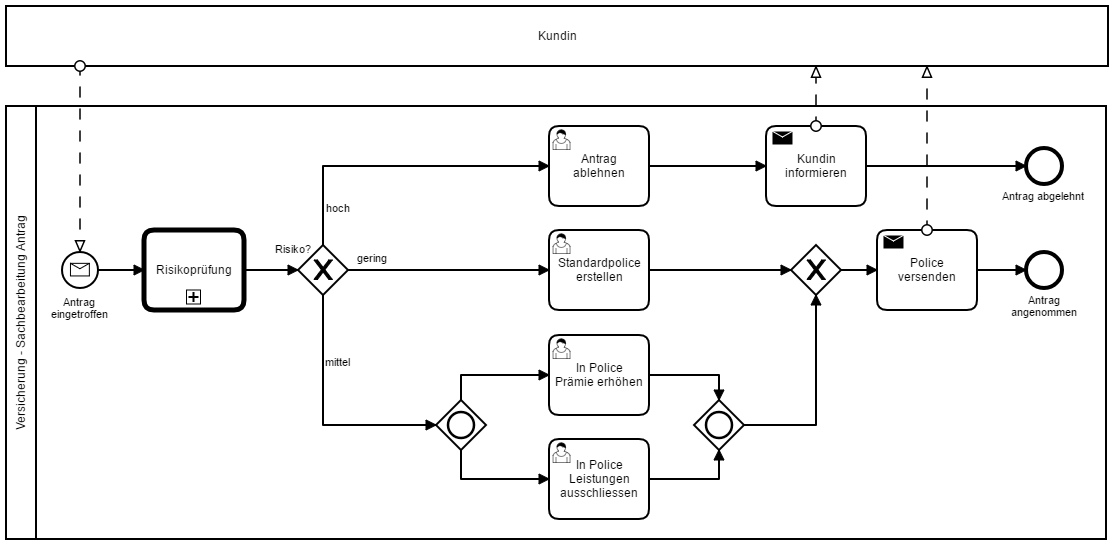
fhnw-bpm/bpm-dmn-example keeps this BPMN diagram as modelling/insurance-dmn-example-as-is.png. Above is the earlier version. Its source is kept beside it as modelling/insurance-dmn-example-as-is.bpmn. Ids are renumbered. The source it was exported from:
```xml
<bpmn:definitions xmlns:bpmn="http://www.omg.org/spec/BPMN/20100524/MODEL" xmlns:bpmndi="http://www.omg.org/spec/BPMN/20100524/DI" xmlns:di="http://www.omg.org/spec/DD/20100524/DI" xmlns:dc="http://www.omg.org/spec/DD/20100524/DC" xmlns:xsi="http://www.w3.org/2001/XMLSchema-instance" id="Definitions_1" targetNamespace="http://bpmn.io/schema/bpmn" exporter="Camunda Modeler" exporterVersion="1.11.3">
  <bpmn:collaboration id="Collaboration_n1">
    <bpmn:participant id="Participant_n2" name="Versicherung - Sachbearbeitung Antrag" processRef="Process_1" />
    <bpmn:participant id="Participant_n3" name="Kundin" />
    <bpmn:messageFlow id="MessageFlow_n4" sourceRef="Task_n5" targetRef="Participant_n3" />
    <bpmn:messageFlow id="MessageFlow_n6" sourceRef="Task_n7" targetRef="Participant_n3" />
    <bpmn:messageFlow id="MessageFlow_n8" sourceRef="Participant_n3" targetRef="StartEvent_1" />
  </bpmn:collaboration>
  <bpmn:process id="Process_1" isExecutable="true">
    <bpmn:startEvent id="StartEvent_1" name="Antrag eingetroffen">
      <bpmn:outgoing>SequenceFlow_n9</bpmn:outgoing>
      <bpmn:messageEventDefinition />
    </bpmn:startEvent>
    <bpmn:sequenceFlow id="SequenceFlow_n9" sourceRef="StartEvent_1" targetRef="Task_n10" />
    <bpmn:callActivity id="Task_n10" name="Risikoprüfung">
      <bpmn:incoming>SequenceFlow_n9</bpmn:incoming>
      <bpmn:outgoing>SequenceFlow_n11</bpmn:outgoing>
    </bpmn:callActivity>
    <bpmn:exclusiveGateway id="ExclusiveGateway_n12" name="Risiko?">
      <bpmn:incoming>SequenceFlow_n11</bpmn:incoming>
      <bpmn:outgoing>SequenceFlow_n13</bpmn:outgoing>
      <bpmn:outgoing>SequenceFlow_n14</bpmn:outgoing>
      <bpmn:outgoing>SequenceFlow_n15</bpmn:outgoing>
    </bpmn:exclusiveGateway>
    <bpmn:sequenceFlow id="SequenceFlow_n11" sourceRef="Task_n10" targetRef="ExclusiveGateway_n12" />
    <bpmn:sequenceFlow id="SequenceFlow_n13" name="hoch" sourceRef="ExclusiveGateway_n12" targetRef="Task_n16" />
    <bpmn:sequenceFlow id="SequenceFlow_n14" name="gering" sourceRef="ExclusiveGateway_n12" targetRef="Task_n17" />
    <bpmn:sequenceFlow id="SequenceFlow_n15" name="mittel" sourceRef="ExclusiveGateway_n12" targetRef="ExclusiveGateway_n18" />
    <bpmn:inclusiveGateway id="ExclusiveGateway_n18">
      <bpmn:incoming>SequenceFlow_n15</bpmn:incoming>
      <bpmn:outgoing>SequenceFlow_n19</bpmn:outgoing>
      <bpmn:outgoing>SequenceFlow_n20</bpmn:outgoing>
    </bpmn:inclusiveGateway>
    <bpmn:sequenceFlow id="SequenceFlow_n19" sourceRef="ExclusiveGateway_n18" targetRef="Task_n21" />
    <bpmn:sequenceFlow id="SequenceFlow_n20" sourceRef="ExclusiveGateway_n18" targetRef="Task_n22" />
    <bpmn:sequenceFlow id="SequenceFlow_n23" sourceRef="Task_n22" targetRef="ExclusiveGateway_n24" />
    <bpmn:inclusiveGateway id="ExclusiveGateway_n24">
      <bpmn:incoming>SequenceFlow_n23</bpmn:incoming>
      <bpmn:incoming>SequenceFlow_n25</bpmn:incoming>
      <bpmn:outgoing>SequenceFlow_n26</bpmn:outgoing>
    </bpmn:inclusiveGateway>
    <bpmn:sequenceFlow id="SequenceFlow_n25" sourceRef="Task_n21" targetRef="ExclusiveGateway_n24" />
    <bpmn:exclusiveGateway id="ExclusiveGateway_n27">
      <bpmn:incoming>SequenceFlow_n26</bpmn:incoming>
      <bpmn:incoming>SequenceFlow_n28</bpmn:incoming>
      <bpmn:outgoing>SequenceFlow_n29</bpmn:outgoing>
    </bpmn:exclusiveGateway>
    <bpmn:sequenceFlow id="SequenceFlow_n26" sourceRef="ExclusiveGateway_n24" targetRef="ExclusiveGateway_n27" />
    <bpmn:sequenceFlow id="SequenceFlow_n28" sourceRef="Task_n17" targetRef="ExclusiveGateway_n27" />
    <bpmn:sequenceFlow id="SequenceFlow_n30" sourceRef="Task_n16" targetRef="Task_n5" />
    <bpmn:sequenceFlow id="SequenceFlow_n31" sourceRef="Task_n5" targetRef="EndEvent_n32" />
    <bpmn:sequenceFlow id="SequenceFlow_n29" sourceRef="ExclusiveGateway_n27" targetRef="Task_n7" />
    <bpmn:endEvent id="EndEvent_n33" name="Antrag angenommen">
      <bpmn:incoming>SequenceFlow_n34</bpmn:incoming>
    </bpmn:endEvent>
    <bpmn:sequenceFlow id="SequenceFlow_n34" sourceRef="Task_n7" targetRef="EndEvent_n33" />
    <bpmn:sendTask id="Task_n7" name="Police versenden">
      <bpmn:incoming>SequenceFlow_n29</bpmn:incoming>
      <bpmn:outgoing>SequenceFlow_n34</bpmn:outgoing>
    </bpmn:sendTask>
    <bpmn:userTask id="Task_n17" name="Standardpolice erstellen">
      <bpmn:incoming>SequenceFlow_n14</bpmn:incoming>
      <bpmn:outgoing>SequenceFlow_n28</bpmn:outgoing>
    </bpmn:userTask>
    <bpmn:endEvent id="EndEvent_n32" name="Antrag abgelehnt">
      <bpmn:incoming>SequenceFlow_n31</bpmn:incoming>
    </bpmn:endEvent>
    <bpmn:sendTask id="Task_n5" name="Kundin informieren">
      <bpmn:incoming>SequenceFlow_n30</bpmn:incoming>
      <bpmn:outgoing>SequenceFlow_n31</bpmn:outgoing>
    </bpmn:sendTask>
    <bpmn:userTask id="Task_n16" name="Antrag ablehnen">
      <bpmn:incoming>SequenceFlow_n13</bpmn:incoming>
      <bpmn:outgoing>SequenceFlow_n30</bpmn:outgoing>
    </bpmn:userTask>
    <bpmn:userTask id="Task_n22" name="In Police Leistungen ausschliessen">
      <bpmn:incoming>SequenceFlow_n20</bpmn:incoming>
      <bpmn:outgoing>SequenceFlow_n23</bpmn:outgoing>
    </bpmn:userTask>
    <bpmn:userTask id="Task_n21" name="In Police Prämie erhöhen">
      <bpmn:incoming>SequenceFlow_n19</bpmn:incoming>
      <bpmn:outgoing>SequenceFlow_n25</bpmn:outgoing>
    </bpmn:userTask>
  </bpmn:process>
  <bpmndi:BPMNDiagram id="BPMNDiagram_1">
    <bpmndi:BPMNPlane id="BPMNPlane_1" bpmnElement="Collaboration_n1">
      <bpmndi:BPMNShape id="Participant_n2_di" bpmnElement="Participant_n2">
        <dc:Bounds x="117" y="234" width="1100" height="433" />
      </bpmndi:BPMNShape>
      <bpmndi:BPMNShape id="StartEvent_0vo38dp_di" bpmnElement="StartEvent_1">
        <dc:Bounds x="173" y="380" width="36" height="36" />
        <bpmndi:BPMNLabel>
          <dc:Bounds x="162" y="422" width="57" height="24" />
        </bpmndi:BPMNLabel>
      </bpmndi:BPMNShape>
      <bpmndi:BPMNEdge id="SequenceFlow_n9_di" bpmnElement="SequenceFlow_n9">
        <di:waypoint xsi:type="dc:Point" x="209" y="398" />
        <di:waypoint xsi:type="dc:Point" x="255" y="398" />
        <bpmndi:BPMNLabel>
          <dc:Bounds x="232" y="377" width="0" height="12" />
        </bpmndi:BPMNLabel>
      </bpmndi:BPMNEdge>
      <bpmndi:BPMNShape id="CallActivity_0gzelo1_di" bpmnElement="Task_n10">
        <dc:Bounds x="255" y="358" width="100" height="80" />
      </bpmndi:BPMNShape>
      <bpmndi:BPMNShape id="ExclusiveGateway_n12_di" bpmnElement="ExclusiveGateway_n12" isMarkerVisible="true">
        <dc:Bounds x="409" y="373" width="50" height="50" />
        <bpmndi:BPMNLabel>
          <dc:Bounds x="386" y="369" width="36" height="12" />
        </bpmndi:BPMNLabel>
      </bpmndi:BPMNShape>
      <bpmndi:BPMNEdge id="SequenceFlow_n11_di" bpmnElement="SequenceFlow_n11">
        <di:waypoint xsi:type="dc:Point" x="355" y="398" />
        <di:waypoint xsi:type="dc:Point" x="409" y="398" />
        <bpmndi:BPMNLabel>
          <dc:Bounds x="382" y="377" width="0" height="12" />
        </bpmndi:BPMNLabel>
      </bpmndi:BPMNEdge>
      <bpmndi:BPMNEdge id="SequenceFlow_n13_di" bpmnElement="SequenceFlow_n13">
        <di:waypoint xsi:type="dc:Point" x="434" y="373" />
        <di:waypoint xsi:type="dc:Point" x="434" y="294" />
        <di:waypoint xsi:type="dc:Point" x="660" y="294" />
        <bpmndi:BPMNLabel>
          <dc:Bounds x="437" y="328" width="24" height="12" />
        </bpmndi:BPMNLabel>
      </bpmndi:BPMNEdge>
      <bpmndi:BPMNEdge id="SequenceFlow_n14_di" bpmnElement="SequenceFlow_n14">
        <di:waypoint xsi:type="dc:Point" x="459" y="398" />
        <di:waypoint xsi:type="dc:Point" x="660" y="398" />
        <bpmndi:BPMNLabel>
          <dc:Bounds x="468.0952380952381" y="378" width="30" height="12" />
        </bpmndi:BPMNLabel>
      </bpmndi:BPMNEdge>
      <bpmndi:BPMNEdge id="SequenceFlow_n15_di" bpmnElement="SequenceFlow_n15">
        <di:waypoint xsi:type="dc:Point" x="434" y="423" />
        <di:waypoint xsi:type="dc:Point" x="434" y="553" />
        <di:waypoint xsi:type="dc:Point" x="547" y="553" />
        <bpmndi:BPMNLabel>
          <dc:Bounds x="436" y="482" width="26" height="12" />
        </bpmndi:BPMNLabel>
      </bpmndi:BPMNEdge>
      <bpmndi:BPMNShape id="InclusiveGateway_140kt6m_di" bpmnElement="ExclusiveGateway_n18">
        <dc:Bounds x="547" y="528" width="50" height="50" />
        <bpmndi:BPMNLabel>
          <dc:Bounds x="572" y="582" width="0" height="12" />
        </bpmndi:BPMNLabel>
      </bpmndi:BPMNShape>
      <bpmndi:BPMNEdge id="SequenceFlow_n19_di" bpmnElement="SequenceFlow_n19">
        <di:waypoint xsi:type="dc:Point" x="572" y="528" />
        <di:waypoint xsi:type="dc:Point" x="572" y="503" />
        <di:waypoint xsi:type="dc:Point" x="660" y="503" />
        <bpmndi:BPMNLabel>
          <dc:Bounds x="587" y="509.5" width="0" height="12" />
        </bpmndi:BPMNLabel>
      </bpmndi:BPMNEdge>
      <bpmndi:BPMNEdge id="SequenceFlow_n20_di" bpmnElement="SequenceFlow_n20">
        <di:waypoint xsi:type="dc:Point" x="572" y="578" />
        <di:waypoint xsi:type="dc:Point" x="572" y="607" />
        <di:waypoint xsi:type="dc:Point" x="660" y="607" />
        <bpmndi:BPMNLabel>
          <dc:Bounds x="587" y="586.5" width="0" height="12" />
        </bpmndi:BPMNLabel>
      </bpmndi:BPMNEdge>
      <bpmndi:BPMNEdge id="SequenceFlow_n23_di" bpmnElement="SequenceFlow_n23">
        <di:waypoint xsi:type="dc:Point" x="760" y="607" />
        <di:waypoint xsi:type="dc:Point" x="830" y="607" />
        <di:waypoint xsi:type="dc:Point" x="830" y="578" />
        <bpmndi:BPMNLabel>
          <dc:Bounds x="795" y="586" width="0" height="12" />
        </bpmndi:BPMNLabel>
      </bpmndi:BPMNEdge>
      <bpmndi:BPMNShape id="InclusiveGateway_0pjaq7h_di" bpmnElement="ExclusiveGateway_n24">
        <dc:Bounds x="805" y="528" width="50" height="50" />
        <bpmndi:BPMNLabel>
          <dc:Bounds x="830" y="582" width="0" height="12" />
        </bpmndi:BPMNLabel>
      </bpmndi:BPMNShape>
      <bpmndi:BPMNEdge id="SequenceFlow_n25_di" bpmnElement="SequenceFlow_n25">
        <di:waypoint xsi:type="dc:Point" x="760" y="503" />
        <di:waypoint xsi:type="dc:Point" x="830" y="503" />
        <di:waypoint xsi:type="dc:Point" x="830" y="528" />
        <bpmndi:BPMNLabel>
          <dc:Bounds x="795" y="482" width="0" height="12" />
        </bpmndi:BPMNLabel>
      </bpmndi:BPMNEdge>
      <bpmndi:BPMNShape id="ExclusiveGateway_n27_di" bpmnElement="ExclusiveGateway_n27" isMarkerVisible="true">
        <dc:Bounds x="902" y="373" width="50" height="50" />
        <bpmndi:BPMNLabel>
          <dc:Bounds x="927" y="427" width="0" height="12" />
        </bpmndi:BPMNLabel>
      </bpmndi:BPMNShape>
      <bpmndi:BPMNEdge id="SequenceFlow_n26_di" bpmnElement="SequenceFlow_n26">
        <di:waypoint xsi:type="dc:Point" x="855" y="553" />
        <di:waypoint xsi:type="dc:Point" x="927" y="553" />
        <di:waypoint xsi:type="dc:Point" x="927" y="423" />
        <bpmndi:BPMNLabel>
          <dc:Bounds x="891" y="532" width="0" height="12" />
        </bpmndi:BPMNLabel>
      </bpmndi:BPMNEdge>
      <bpmndi:BPMNEdge id="SequenceFlow_n28_di" bpmnElement="SequenceFlow_n28">
        <di:waypoint xsi:type="dc:Point" x="760" y="398" />
        <di:waypoint xsi:type="dc:Point" x="902" y="398" />
        <bpmndi:BPMNLabel>
          <dc:Bounds x="831" y="377" width="0" height="12" />
        </bpmndi:BPMNLabel>
      </bpmndi:BPMNEdge>
      <bpmndi:BPMNEdge id="SequenceFlow_n30_di" bpmnElement="SequenceFlow_n30">
        <di:waypoint xsi:type="dc:Point" x="760" y="294" />
        <di:waypoint xsi:type="dc:Point" x="877" y="294" />
        <bpmndi:BPMNLabel>
          <dc:Bounds x="818.5" y="273" width="0" height="12" />
        </bpmndi:BPMNLabel>
      </bpmndi:BPMNEdge>
      <bpmndi:BPMNShape id="SendTask_1st6d73_di" bpmnElement="Task_n5">
        <dc:Bounds x="877" y="254" width="100" height="80" />
      </bpmndi:BPMNShape>
      <bpmndi:BPMNShape id="EndEvent_n32_di" bpmnElement="EndEvent_n32">
        <dc:Bounds x="1137" y="276" width="36" height="36" />
        <bpmndi:BPMNLabel>
          <dc:Bounds x="1113" y="316" width="84" height="12" />
        </bpmndi:BPMNLabel>
      </bpmndi:BPMNShape>
      <bpmndi:BPMNEdge id="SequenceFlow_n31_di" bpmnElement="SequenceFlow_n31">
        <di:waypoint xsi:type="dc:Point" x="977" y="294" />
        <di:waypoint xsi:type="dc:Point" x="1137" y="294" />
        <bpmndi:BPMNLabel>
          <dc:Bounds x="1057" y="273" width="0" height="12" />
        </bpmndi:BPMNLabel>
      </bpmndi:BPMNEdge>
      <bpmndi:BPMNEdge id="SequenceFlow_n29_di" bpmnElement="SequenceFlow_n29">
        <di:waypoint xsi:type="dc:Point" x="952" y="398" />
        <di:waypoint xsi:type="dc:Point" x="988" y="398" />
        <bpmndi:BPMNLabel>
          <dc:Bounds x="970" y="377" width="0" height="12" />
        </bpmndi:BPMNLabel>
      </bpmndi:BPMNEdge>
      <bpmndi:BPMNShape id="EndEvent_n33_di" bpmnElement="EndEvent_n33">
        <dc:Bounds x="1137" y="380" width="36" height="36" />
        <bpmndi:BPMNLabel>
          <dc:Bounds x="1122" y="420" width="66" height="24" />
        </bpmndi:BPMNLabel>
      </bpmndi:BPMNShape>
      <bpmndi:BPMNEdge id="SequenceFlow_n34_di" bpmnElement="SequenceFlow_n34">
        <di:waypoint xsi:type="dc:Point" x="1088" y="398" />
        <di:waypoint xsi:type="dc:Point" x="1137" y="398" />
        <bpmndi:BPMNLabel>
          <dc:Bounds x="1112.5" y="377" width="0" height="12" />
        </bpmndi:BPMNLabel>
      </bpmndi:BPMNEdge>
      <bpmndi:BPMNShape id="SendTask_0hstzki_di" bpmnElement="Task_n7">
        <dc:Bounds x="988" y="358" width="100" height="80" />
      </bpmndi:BPMNShape>
      <bpmndi:BPMNShape id="UserTask_1f7qvg0_di" bpmnElement="Task_n16">
        <dc:Bounds x="660" y="254" width="100" height="80" />
      </bpmndi:BPMNShape>
      <bpmndi:BPMNShape id="UserTask_0ijbh1p_di" bpmnElement="Task_n17">
        <dc:Bounds x="660" y="358" width="100" height="80" />
      </bpmndi:BPMNShape>
      <bpmndi:BPMNShape id="UserTask_1maw8uw_di" bpmnElement="Task_n21">
        <dc:Bounds x="660" y="463" width="100" height="80" />
      </bpmndi:BPMNShape>
      <bpmndi:BPMNShape id="UserTask_0oztzpb_di" bpmnElement="Task_n22">
        <dc:Bounds x="660" y="567" width="100" height="80" />
      </bpmndi:BPMNShape>
      <bpmndi:BPMNShape id="Participant_10cdqq0_di" bpmnElement="Participant_n3">
        <dc:Bounds x="117" y="134" width="1102" height="60" />
      </bpmndi:BPMNShape>
      <bpmndi:BPMNEdge id="MessageFlow_n4_di" bpmnElement="MessageFlow_n4">
        <di:waypoint xsi:type="dc:Point" x="927" y="254" />
        <di:waypoint xsi:type="dc:Point" x="927" y="194" />
        <bpmndi:BPMNLabel>
          <dc:Bounds x="942" y="218" width="0" height="12" />
        </bpmndi:BPMNLabel>
      </bpmndi:BPMNEdge>
      <bpmndi:BPMNEdge id="MessageFlow_n6_di" bpmnElement="MessageFlow_n6">
        <di:waypoint xsi:type="dc:Point" x="1038" y="358" />
        <di:waypoint xsi:type="dc:Point" x="1038" y="194" />
        <bpmndi:BPMNLabel>
          <dc:Bounds x="1053" y="270" width="0" height="12" />
        </bpmndi:BPMNLabel>
      </bpmndi:BPMNEdge>
      <bpmndi:BPMNEdge id="MessageFlow_n8_di" bpmnElement="MessageFlow_n8">
        <di:waypoint xsi:type="dc:Point" x="191" y="194" />
        <di:waypoint xsi:type="dc:Point" x="191" y="380" />
        <bpmndi:BPMNLabel>
          <dc:Bounds x="206" y="281" width="0" height="12" />
        </bpmndi:BPMNLabel>
      </bpmndi:BPMNEdge>
    </bpmndi:BPMNPlane>
  </bpmndi:BPMNDiagram>
</bpmn:definitions>
```
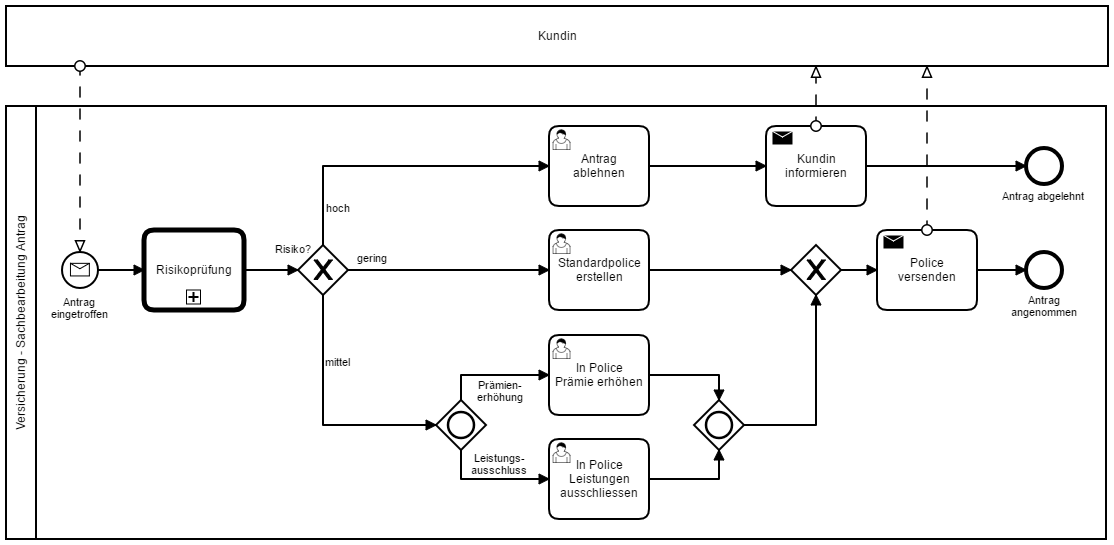
The same file after the commit.

Diff of the diagram source:
```diff
@@ -31,8 +31,8 @@
       <bpmn:outgoing>SequenceFlow_n19</bpmn:outgoing>
       <bpmn:outgoing>SequenceFlow_n20</bpmn:outgoing>
     </bpmn:inclusiveGateway>
-    <bpmn:sequenceFlow id="SequenceFlow_n19" sourceRef="ExclusiveGateway_n18" targetRef="Task_n21" />
-    <bpmn:sequenceFlow id="SequenceFlow_n20" sourceRef="ExclusiveGateway_n18" targetRef="Task_n22" />
+    <bpmn:sequenceFlow id="SequenceFlow_n19" name="Prämien-erhöhung" sourceRef="ExclusiveGateway_n18" targetRef="Task_n21" />
+    <bpmn:sequenceFlow id="SequenceFlow_n20" name="Leistungs-ausschluss" sourceRef="ExclusiveGateway_n18" targetRef="Task_n22" />
     <bpmn:sequenceFlow id="SequenceFlow_n23" sourceRef="Task_n22" targetRef="ExclusiveGateway_n24" />
     <bpmn:inclusiveGateway id="ExclusiveGateway_n24">
       <bpmn:incoming>SequenceFlow_n23</bpmn:incoming>
@@ -150,7 +150,7 @@
         <di:waypoint xsi:type="dc:Point" x="572" y="503" />
         <di:waypoint xsi:type="dc:Point" x="660" y="503" />
         <bpmndi:BPMNLabel>
-          <dc:Bounds x="587" y="509.5" width="0" height="12" />
+          <dc:Bounds x="588" y="505" width="46" height="24" />
         </bpmndi:BPMNLabel>
       </bpmndi:BPMNEdge>
       <bpmndi:BPMNEdge id="SequenceFlow_n20_di" bpmnElement="SequenceFlow_n20">
@@ -158,7 +158,7 @@
         <di:waypoint xsi:type="dc:Point" x="572" y="607" />
         <di:waypoint xsi:type="dc:Point" x="660" y="607" />
         <bpmndi:BPMNLabel>
-          <dc:Bounds x="587" y="586.5" width="0" height="12" />
+          <dc:Bounds x="582" y="578" width="56" height="24" />
         </bpmndi:BPMNLabel>
       </bpmndi:BPMNEdge>
       <bpmndi:BPMNEdge id="SequenceFlow_n23_di" bpmnElement="SequenceFlow_n23">
```
